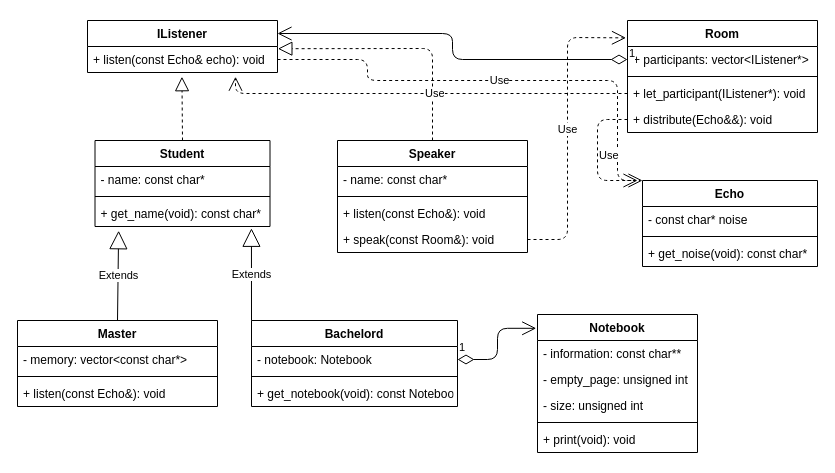
This is Lab1-Lecture/Lecture.drawio from DenisParal/Design-Patterns-labs, a draw.io file, before an edit. Source tidied: cells renumbered, new cells numbered last; positions are measured from the earlier drawing's top-left corner, leaving out a move shared by most shapes. Both pictures are drawn from the tidied source at 100%, with x=0, y=0 at pixel (17, 20).
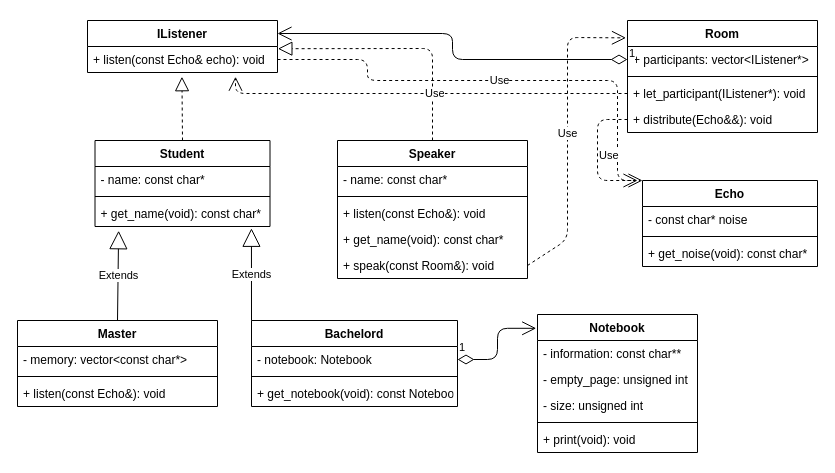
The same page after the edit.

What changed in the source:
```diff
@@
     <mxCell id="22" value="Speaker" style="swimlane;fontStyle=1;align=center;verticalAlign=top;horizontal=1;startSize=26;hachureGap=4;" parent="1" vertex="1">
-      <mxGeometry x="320" y="120" width="190" height="112" as="geometry" />
+      <mxGeometry x="320" y="120" width="190" height="138" as="geometry" />
     </mxCell>
@@
+    <mxCell id="46" value="+ get_name(void): const char*" style="text;strokeColor=none;fillColor=none;align=left;verticalAlign=top;spacingLeft=4;spacingRight=4;overflow=hidden;hachureGap=4;" parent="22" vertex="1">
+      <mxGeometry y="86" width="190" height="26" as="geometry" />
+    </mxCell>
     <mxCell id="26" value="+ speak(const Room&amp;): void" style="text;strokeColor=none;fillColor=none;align=left;verticalAlign=top;spacingLeft=4;spacingRight=4;overflow=hidden;points=[[0,0.5],[1,0.5]];portConstraint=eastwest;" parent="22" vertex="1">
-      <mxGeometry y="86" width="190" height="26" as="geometry" />
+      <mxGeometry y="112" width="190" height="26" as="geometry" />
     </mxCell>
```
